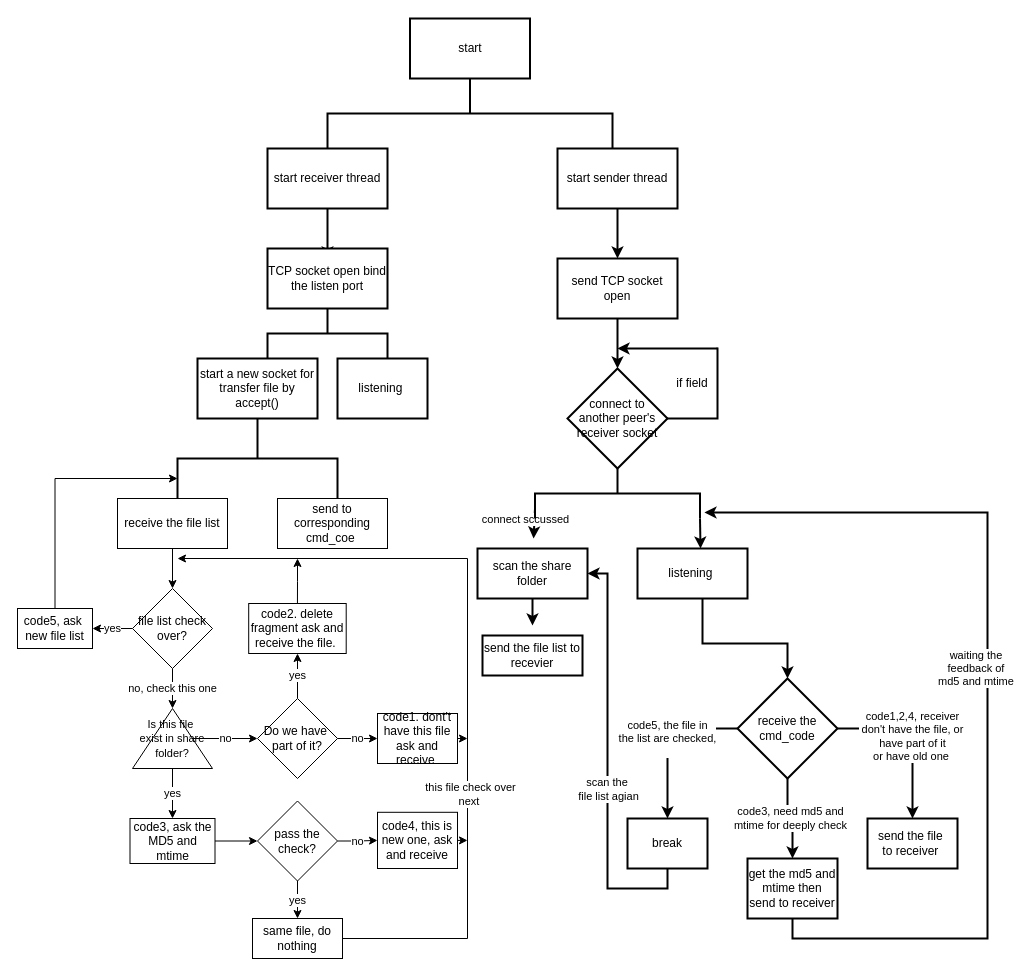
Above: Untitled Diagram.drawio in aimer521-lab/XJTLU_CAN201_CW1 (draw.io), before the change. Source tidied: cells renumbered, new cells numbered last; positions are measured from the earlier drawing's top-left corner, leaving out a move shared by most shapes. Both pictures are drawn from the tidied source at 100%, with x=0, y=0 at pixel (17, 18).
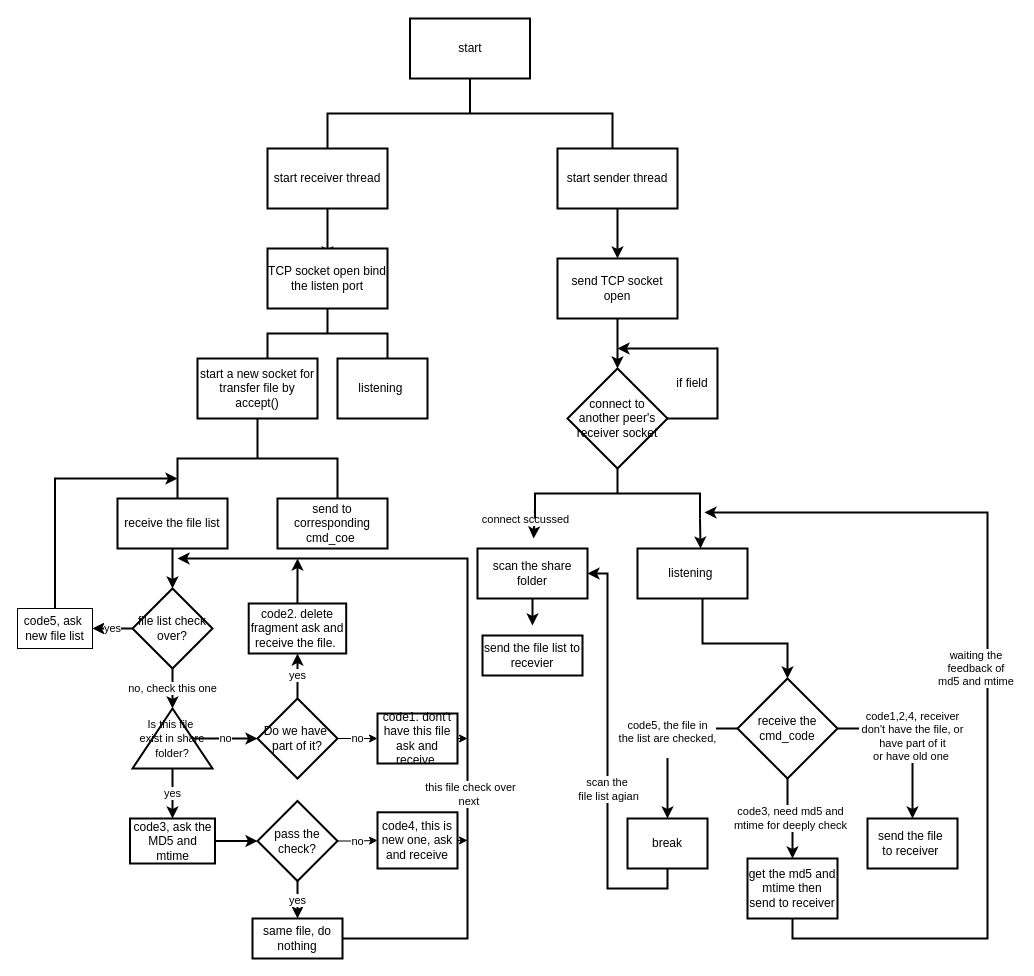
The same page after the edit.

Unchanged cells that the change refers to:
```xml
<mxCell id="53" value="code5, ask&amp;nbsp; new file list" style="whiteSpace=wrap;html=1;rounded=0;" parent="1" vertex="1">
  <mxGeometry y="590" width="75" height="40" as="geometry" />
</mxCell>
```

What changed in the source:
```diff
@@
-    <mxCell id="36" style="edgeStyle=orthogonalEdgeStyle;rounded=0;jettySize=auto;html=1;" parent="1" edge="1" source="37" target="40">
+    <mxCell id="36" style="edgeStyle=orthogonalEdgeStyle;rounded=0;jettySize=auto;html=1;strokeWidth=2;" parent="1" edge="1" source="37" target="40">
       <mxGeometry relative="1" as="geometry" />
     </mxCell>
-    <mxCell id="37" value="receive the file list" style="rounded=0;whiteSpace=wrap;html=1;" parent="1" vertex="1">
+    <mxCell id="37" value="receive the file list" style="rounded=0;whiteSpace=wrap;html=1;strokeWidth=2;" parent="1" vertex="1">
       <mxGeometry x="100" y="480" width="110" height="50" as="geometry" />
     </mxCell>
-    <mxCell id="38" value="no, check this one" style="edgeStyle=orthogonalEdgeStyle;rounded=0;jettySize=auto;html=1;" parent="1" edge="1" source="40" target="43">
+    <mxCell id="38" value="no, check this one" style="edgeStyle=orthogonalEdgeStyle;rounded=0;jettySize=auto;html=1;strokeWidth=2;" parent="1" edge="1" source="40" target="43">
       <mxGeometry relative="1" as="geometry" />
     </mxCell>
-    <mxCell id="39" value="yes" style="edgeStyle=orthogonalEdgeStyle;rounded=0;jettySize=auto;html=1;" parent="1" edge="1" source="40" target="53">
+    <mxCell id="39" value="yes" style="edgeStyle=orthogonalEdgeStyle;rounded=0;jettySize=auto;html=1;strokeWidth=2;" parent="1" edge="1" source="40" target="53">
       <mxGeometry relative="1" as="geometry" />
     </mxCell>
-    <mxCell id="40" value="file list check&lt;br&gt;over?" style="rhombus;whiteSpace=wrap;html=1;rounded=0;" parent="1" vertex="1">
+    <mxCell id="40" value="file list check&lt;br&gt;over?" style="rhombus;whiteSpace=wrap;html=1;rounded=0;strokeWidth=2;" parent="1" vertex="1">
       <mxGeometry x="115" y="570" width="80" height="80" as="geometry" />
     </mxCell>
-    <mxCell id="41" value="no" style="edgeStyle=orthogonalEdgeStyle;rounded=0;jettySize=auto;html=1;" parent="1" edge="1" source="43" target="47">
+    <mxCell id="41" value="no" style="edgeStyle=orthogonalEdgeStyle;rounded=0;jettySize=auto;html=1;strokeWidth=2;" parent="1" edge="1" source="43" target="47">
       <mxGeometry relative="1" as="geometry" />
     </mxCell>
-    <mxCell id="42" value="yes" style="edgeStyle=orthogonalEdgeStyle;rounded=0;jettySize=auto;html=1;" parent="1" edge="1" source="43" target="55">
+    <mxCell id="42" value="yes" style="edgeStyle=orthogonalEdgeStyle;rounded=0;jettySize=auto;html=1;strokeWidth=2;" parent="1" edge="1" source="43" target="55">
       <mxGeometry relative="1" as="geometry" />
     </mxCell>
-    <mxCell id="43" value="&lt;font style=&quot;font-size: 11px&quot;&gt;Is this file&amp;nbsp;&lt;br style=&quot;font-size: 11px&quot;&gt;exist in share folder?&lt;/font&gt;" style="triangle;whiteSpace=wrap;html=1;rounded=0;direction=north;" parent="1" vertex="1">
+    <mxCell id="43" value="&lt;font style=&quot;font-size: 11px&quot;&gt;Is this file&amp;nbsp;&lt;br style=&quot;font-size: 11px&quot;&gt;exist in share folder?&lt;/font&gt;" style="triangle;whiteSpace=wrap;html=1;rounded=0;direction=north;strokeWidth=2;" parent="1" vertex="1">
       <mxGeometry x="115" y="690" width="80" height="60" as="geometry" />
     </mxCell>
-    <mxCell id="44" value="send to corresponding cmd_coe&amp;nbsp;" style="rounded=0;whiteSpace=wrap;html=1;" parent="1" vertex="1">
+    <mxCell id="44" value="send to corresponding cmd_coe&amp;nbsp;" style="rounded=0;whiteSpace=wrap;html=1;strokeWidth=2;" parent="1" vertex="1">
       <mxGeometry x="260" y="480" width="110" height="50" as="geometry" />
     </mxCell>
-    <mxCell id="45" value="yes" style="edgeStyle=orthogonalEdgeStyle;rounded=0;jettySize=auto;html=1;" parent="1" edge="1" source="47" target="49">
+    <mxCell id="45" value="yes" style="edgeStyle=orthogonalEdgeStyle;rounded=0;jettySize=auto;html=1;strokeWidth=2;" parent="1" edge="1" source="47" target="49">
       <mxGeometry relative="1" as="geometry" />
     </mxCell>
@@
-    <mxCell id="47" value="Do we have&amp;nbsp;&lt;br&gt;part of it?" style="rhombus;whiteSpace=wrap;html=1;rounded=0;" parent="1" vertex="1">
+    <mxCell id="47" value="Do we have&amp;nbsp;&lt;br&gt;part of it?" style="rhombus;whiteSpace=wrap;html=1;rounded=0;strokeWidth=2;" parent="1" vertex="1">
       <mxGeometry x="240" y="680" width="80" height="80" as="geometry" />
     </mxCell>
-    <mxCell id="48" style="edgeStyle=orthogonalEdgeStyle;rounded=0;jettySize=auto;html=1;exitX=0.5;exitY=0;exitDx=0;exitDy=0;" parent="1" edge="1" source="49">
+    <mxCell id="48" style="edgeStyle=orthogonalEdgeStyle;rounded=0;jettySize=auto;html=1;exitX=0.5;exitY=0;exitDx=0;exitDy=0;strokeWidth=2;" parent="1" edge="1" source="49">
       <mxGeometry relative="1" as="geometry">
         <mxPoint x="280" y="540" as="targetPoint" />
       </mxGeometry>
     </mxCell>
-    <mxCell id="49" value="code2. delete fragment ask and receive the file.&amp;nbsp;" style="whiteSpace=wrap;html=1;rounded=0;" parent="1" vertex="1">
+    <mxCell id="49" value="code2. delete fragment ask and receive the file.&amp;nbsp;" style="whiteSpace=wrap;html=1;rounded=0;strokeWidth=2;" parent="1" vertex="1">
       <mxGeometry x="231.2" y="585" width="97.5" height="50" as="geometry" />
     </mxCell>
@@
-    <mxCell id="51" value="code1. dont't have this file ask and receive&amp;nbsp;" style="whiteSpace=wrap;html=1;rounded=0;" parent="1" vertex="1">
+    <mxCell id="51" value="code1. dont't have this file ask and receive&amp;nbsp;" style="whiteSpace=wrap;html=1;rounded=0;strokeWidth=2;" parent="1" vertex="1">
       <mxGeometry x="360" y="695" width="80" height="50" as="geometry" />
     </mxCell>
-    <mxCell id="52" style="edgeStyle=orthogonalEdgeStyle;rounded=0;jettySize=auto;html=1;exitX=0.5;exitY=0;exitDx=0;exitDy=0;" parent="1" edge="1" source="53">
+    <mxCell id="52" style="edgeStyle=orthogonalEdgeStyle;rounded=0;jettySize=auto;html=1;exitX=0.5;exitY=0;exitDx=0;exitDy=0;strokeWidth=2;" parent="1" edge="1" source="53">
       <mxGeometry relative="1" as="geometry">
         <mxPoint x="160" y="460" as="targetPoint" />
         <Array as="points">
           <mxPoint x="38" y="460" />
           <mxPoint x="160" y="460" />
         </Array>
       </mxGeometry>
     </mxCell>
@@
-    <mxCell id="54" style="edgeStyle=orthogonalEdgeStyle;rounded=0;jettySize=auto;html=1;" parent="1" edge="1" source="55" target="58">
+    <mxCell id="54" style="edgeStyle=orthogonalEdgeStyle;rounded=0;jettySize=auto;html=1;strokeWidth=2;" parent="1" edge="1" source="55" target="58">
       <mxGeometry relative="1" as="geometry" />
     </mxCell>
-    <mxCell id="55" value="code3, ask the MD5 and mtime" style="whiteSpace=wrap;html=1;rounded=0;" parent="1" vertex="1">
+    <mxCell id="55" value="code3, ask the MD5 and mtime" style="whiteSpace=wrap;html=1;rounded=0;strokeWidth=2;" parent="1" vertex="1">
       <mxGeometry x="112.5" y="800" width="85" height="45" as="geometry" />
     </mxCell>
-    <mxCell id="56" value="yes" style="edgeStyle=orthogonalEdgeStyle;rounded=0;jettySize=auto;html=1;" parent="1" edge="1" source="58" target="61">
+    <mxCell id="56" value="yes" style="edgeStyle=orthogonalEdgeStyle;rounded=0;jettySize=auto;html=1;strokeWidth=2;" parent="1" edge="1" source="58" target="61">
       <mxGeometry relative="1" as="geometry" />
     </mxCell>
@@
-    <mxCell id="58" value="pass the check?" style="rhombus;whiteSpace=wrap;html=1;rounded=0;" parent="1" vertex="1">
+    <mxCell id="58" value="pass the check?" style="rhombus;whiteSpace=wrap;html=1;rounded=0;strokeWidth=2;" parent="1" vertex="1">
       <mxGeometry x="240" y="782.5" width="80" height="80" as="geometry" />
     </mxCell>
-    <mxCell id="59" style="edgeStyle=orthogonalEdgeStyle;rounded=0;jettySize=auto;html=1;exitX=1;exitY=0.5;exitDx=0;exitDy=0;" parent="1" edge="1" source="61">
+    <mxCell id="59" style="edgeStyle=orthogonalEdgeStyle;rounded=0;jettySize=auto;html=1;exitX=1;exitY=0.5;exitDx=0;exitDy=0;strokeWidth=2;" parent="1" edge="1" source="61">
       <mxGeometry relative="1" as="geometry">
         <mxPoint x="160" y="540" as="targetPoint" />
         <Array as="points">
           <mxPoint x="450" y="920" />
           <mxPoint x="450" y="540" />
         </Array>
       </mxGeometry>
     </mxCell>
@@
-    <mxCell id="61" value="same file, do nothing" style="whiteSpace=wrap;html=1;rounded=0;" parent="1" vertex="1">
+    <mxCell id="61" value="same file, do nothing" style="whiteSpace=wrap;html=1;rounded=0;strokeWidth=2;" parent="1" vertex="1">
       <mxGeometry x="235" y="900" width="90" height="40" as="geometry" />
     </mxCell>
@@
-    <mxCell id="63" value="code4, this is new one, ask and receive" style="whiteSpace=wrap;html=1;rounded=0;" parent="1" vertex="1">
+    <mxCell id="63" value="code4, this is new one, ask and receive" style="whiteSpace=wrap;html=1;rounded=0;strokeWidth=2;" parent="1" vertex="1">
       <mxGeometry x="360" y="793.8" width="80" height="56.2" as="geometry" />
     </mxCell>
```
